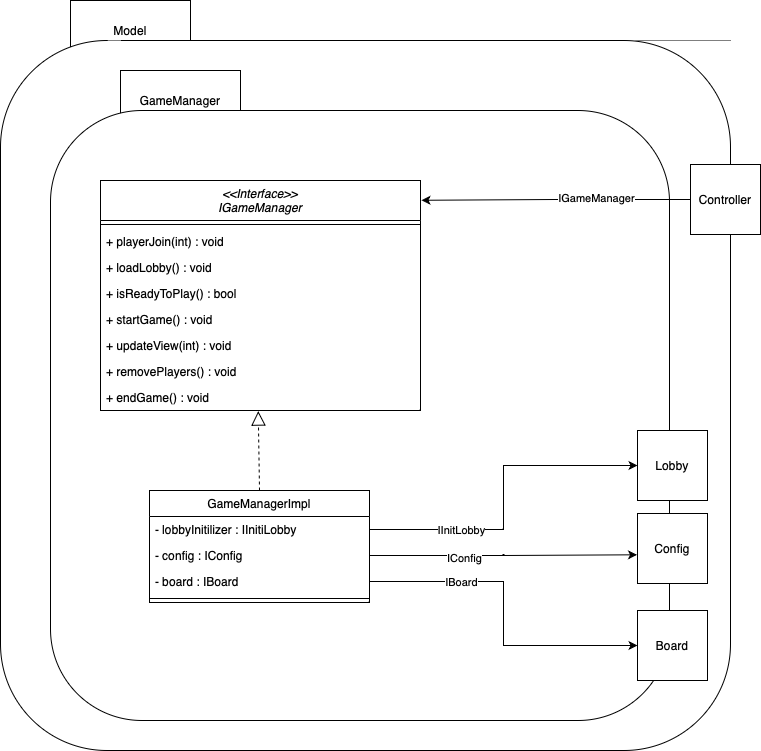
Above: doku-game/GameManager-ClassDiagramm.drawio.png in PrismFox/tron-game (draw.io), before the change. Source tidied: cells renumbered, new cells last; positions are measured from the earlier drawing's top-left corner, leaving out a move shared by most shapes. Source of this version:
```xml
<mxGraphModel>
  <root>
    <mxCell id="0" />
    <mxCell id="1" parent="0" />
    <mxCell id="2" value="Model" style="rounded=0;whiteSpace=wrap;html=1;" parent="1" vertex="1">
      <mxGeometry x="70" width="120" height="60" as="geometry" />
    </mxCell>
    <mxCell id="3" style="rounded=1;whiteSpace=wrap;html=1;" parent="1" vertex="1">
      <mxGeometry y="40" width="730" height="710" as="geometry" />
    </mxCell>
    <mxCell id="4" value="GameManager" style="rounded=0;whiteSpace=wrap;html=1;" parent="1" vertex="1">
      <mxGeometry x="120" y="70" width="120" height="60" as="geometry" />
    </mxCell>
    <mxCell id="5" style="rounded=1;whiteSpace=wrap;html=1;" parent="1" vertex="1">
      <mxGeometry x="50" y="110" width="619" height="610" as="geometry" />
    </mxCell>
    <mxCell id="6" value="&lt;&lt;Interface&gt;&gt;&#10;IGameManager" style="swimlane;fontStyle=2;align=center;verticalAlign=top;horizontal=1;startSize=40;rounded=0;shadow=0;strokeWidth=1;" parent="1" vertex="1">
      <mxGeometry x="100" y="180" width="320" height="230" as="geometry" />
    </mxCell>
    <mxCell id="7" style="line;html=1;strokeWidth=1;align=left;verticalAlign=middle;spacingTop=-1;spacingLeft=3;spacingRight=3;labelPosition=right;" parent="6" vertex="1">
      <mxGeometry y="40" width="320" height="8" as="geometry" />
    </mxCell>
    <mxCell id="8" value="+ playerJoin(int) : void" style="text;align=left;verticalAlign=top;spacingLeft=4;spacingRight=4;overflow=hidden;points=[[0,0.5],[1,0.5]];portConstraint=eastwest;" parent="6" vertex="1">
      <mxGeometry y="48" width="320" height="26" as="geometry" />
    </mxCell>
    <mxCell id="9" value="+ loadLobby() : void" style="text;align=left;verticalAlign=top;spacingLeft=4;spacingRight=4;overflow=hidden;" parent="6" vertex="1">
      <mxGeometry y="74" width="320" height="26" as="geometry" />
    </mxCell>
    <mxCell id="10" value="+ isReadyToPlay() : bool" style="text;align=left;verticalAlign=top;spacingLeft=4;spacingRight=4;overflow=hidden;points=[[0,0.5],[1,0.5]];portConstraint=eastwest;" parent="6" vertex="1">
      <mxGeometry y="100" width="320" height="26" as="geometry" />
    </mxCell>
    <mxCell id="11" value="+ startGame() : void" style="text;align=left;verticalAlign=top;spacingLeft=4;spacingRight=4;overflow=hidden;" parent="6" vertex="1">
      <mxGeometry y="126" width="320" height="26" as="geometry" />
    </mxCell>
    <mxCell id="12" value="+ updateView(int) : void" style="text;align=left;verticalAlign=top;spacingLeft=4;spacingRight=4;overflow=hidden;" parent="6" vertex="1">
      <mxGeometry y="152" width="320" height="26" as="geometry" />
    </mxCell>
    <mxCell id="13" value="+ removePlayers() : void" style="text;align=left;verticalAlign=top;spacingLeft=4;spacingRight=4;overflow=hidden;points=[[0,0.5],[1,0.5]];portConstraint=eastwest;" parent="6" vertex="1">
      <mxGeometry y="178" width="320" height="26" as="geometry" />
    </mxCell>
    <mxCell id="14" value="+ endGame() : void" style="text;align=left;verticalAlign=top;spacingLeft=4;spacingRight=4;overflow=hidden;points=[[0,0.5],[1,0.5]];portConstraint=eastwest;" parent="6" vertex="1">
      <mxGeometry y="204" width="320" height="26" as="geometry" />
    </mxCell>
    <mxCell id="15" value="GameManagerImpl" style="swimlane;fontStyle=0;align=center;verticalAlign=top;horizontal=1;startSize=26;rounded=0;shadow=0;strokeWidth=1;" parent="1" vertex="1">
      <mxGeometry x="149" y="490" width="220" height="112" as="geometry" />
    </mxCell>
    <mxCell id="16" value="- lobbyInitilizer : IInitiLobby" style="text;align=left;verticalAlign=top;spacingLeft=4;spacingRight=4;overflow=hidden;points=[[0,0.5],[1,0.5]];portConstraint=eastwest;" parent="15" vertex="1">
      <mxGeometry y="26" width="220" height="26" as="geometry" />
    </mxCell>
    <mxCell id="17" value="- config : IConfig" style="text;align=left;verticalAlign=top;spacingLeft=4;spacingRight=4;overflow=hidden;points=[[0,0.5],[1,0.5]];portConstraint=eastwest;rounded=0;shadow=0;html=0;" parent="15" vertex="1">
      <mxGeometry y="52" width="220" height="26" as="geometry" />
    </mxCell>
    <mxCell id="18" value="- board : IBoard" style="text;align=left;verticalAlign=top;spacingLeft=4;spacingRight=4;overflow=hidden;points=[[0,0.5],[1,0.5]];portConstraint=eastwest;rounded=0;shadow=0;html=0;" parent="15" vertex="1">
      <mxGeometry y="78" width="220" height="26" as="geometry" />
    </mxCell>
    <mxCell id="19" style="line;html=1;strokeWidth=1;align=left;verticalAlign=middle;spacingTop=-1;spacingLeft=3;spacingRight=3;labelPosition=right;" parent="15" vertex="1">
      <mxGeometry y="104" width="220" height="8" as="geometry" />
    </mxCell>
    <mxCell id="20" style="edgeStyle=orthogonalEdgeStyle;rounded=0;jettySize=auto;html=1;entryX=1.003;entryY=0.086;entryDx=0;entryDy=0;entryPerimeter=0;" parent="1" edge="1" source="22" target="6">
      <mxGeometry relative="1" as="geometry" />
    </mxCell>
    <mxCell id="21" value="IGameManager" style="edgeLabel;html=1;align=center;verticalAlign=middle;" parent="20" vertex="1">
      <mxGeometry x="-0.3" y="-2" relative="1" as="geometry" />
    </mxCell>
    <mxCell id="22" value="Controller" style="whiteSpace=wrap;html=1;" parent="1" vertex="1">
      <mxGeometry x="690" y="164" width="70" height="70" as="geometry" />
    </mxCell>
    <mxCell id="23" style="endArrow=block;dashed=1;endFill=0;endSize=12;html=1;rounded=0;exitX=0.5;exitY=0;exitDx=0;exitDy=0;entryX=0.493;entryY=1.023;entryDx=0;entryDy=0;entryPerimeter=0;" parent="1" edge="1" source="15" target="14">
      <mxGeometry relative="1" as="geometry" />
    </mxCell>
    <mxCell id="24" value="Lobby" style="whiteSpace=wrap;html=1;" parent="1" vertex="1">
      <mxGeometry x="637" y="430" width="70" height="70" as="geometry" />
    </mxCell>
    <mxCell id="25" value="Config" style="whiteSpace=wrap;html=1;" parent="1" vertex="1">
      <mxGeometry x="637" y="513" width="70" height="70" as="geometry" />
    </mxCell>
    <mxCell id="26" value="Board" style="whiteSpace=wrap;html=1;" parent="1" vertex="1">
      <mxGeometry x="637" y="610" width="70" height="70" as="geometry" />
    </mxCell>
    <mxCell id="27" style="edgeStyle=orthogonalEdgeStyle;rounded=0;jettySize=auto;html=1;entryX=0;entryY=0.5;entryDx=0;entryDy=0;exitX=1;exitY=0.5;exitDx=0;exitDy=0;" parent="1" edge="1" source="16" target="24">
      <mxGeometry relative="1" as="geometry" />
    </mxCell>
    <mxCell id="28" value="IInitLobby" style="edgeLabel;html=1;align=center;verticalAlign=middle;" parent="27" vertex="1">
      <mxGeometry x="-0.3" y="-2" relative="1" as="geometry">
        <mxPoint x="-26" y="-2" as="offset" />
      </mxGeometry>
    </mxCell>
    <mxCell id="29" style="edgeStyle=orthogonalEdgeStyle;rounded=0;jettySize=auto;html=1;entryX=-0.007;entryY=0.59;entryDx=0;entryDy=0;exitX=1;exitY=0.5;exitDx=0;exitDy=0;entryPerimeter=0;" parent="1" edge="1" source="17" target="25">
      <mxGeometry relative="1" as="geometry" />
    </mxCell>
    <mxCell id="30" value="IConfig" style="edgeLabel;html=1;align=center;verticalAlign=middle;" parent="29" vertex="1">
      <mxGeometry x="-0.3" y="-2" relative="1" as="geometry" />
    </mxCell>
    <mxCell id="31" style="edgeStyle=orthogonalEdgeStyle;rounded=0;jettySize=auto;html=1;entryX=0;entryY=0.5;entryDx=0;entryDy=0;exitX=1;exitY=0.5;exitDx=0;exitDy=0;" parent="1" edge="1" source="18" target="26">
      <mxGeometry relative="1" as="geometry" />
    </mxCell>
    <mxCell id="32" value="IBoard" style="edgeLabel;html=1;align=center;verticalAlign=middle;" parent="31" vertex="1">
      <mxGeometry x="-0.3" y="-2" relative="1" as="geometry">
        <mxPoint x="-26" y="-2" as="offset" />
      </mxGeometry>
    </mxCell>
  </root>
</mxGraphModel>
```
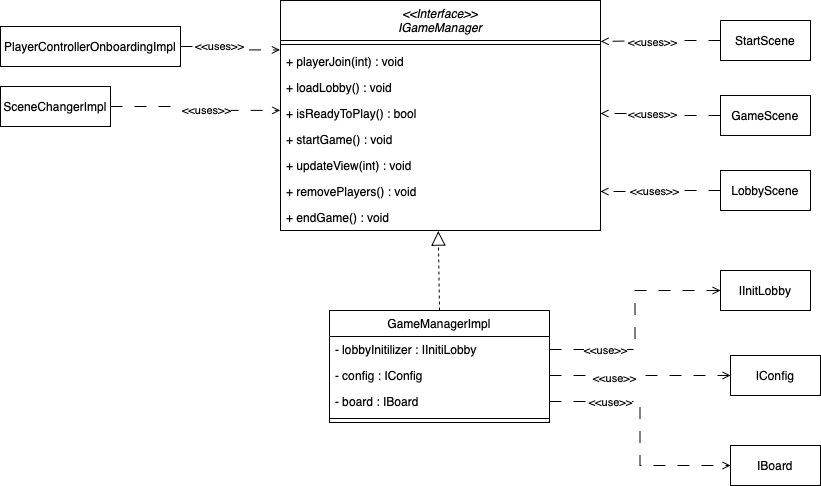
After the commit.

What changed in the source:
```diff
@@ -2,18 +2,6 @@
   <root>
     <mxCell id="0" />
     <mxCell id="1" parent="0" />
-    <mxCell id="2" value="Model" style="rounded=0;whiteSpace=wrap;html=1;" parent="1" vertex="1">
-      <mxGeometry x="70" width="120" height="60" as="geometry" />
-    </mxCell>
-    <mxCell id="3" style="rounded=1;whiteSpace=wrap;html=1;" parent="1" vertex="1">
-      <mxGeometry y="40" width="730" height="710" as="geometry" />
-    </mxCell>
-    <mxCell id="4" value="GameManager" style="rounded=0;whiteSpace=wrap;html=1;" parent="1" vertex="1">
-      <mxGeometry x="120" y="70" width="120" height="60" as="geometry" />
-    </mxCell>
-    <mxCell id="5" style="rounded=1;whiteSpace=wrap;html=1;" parent="1" vertex="1">
-      <mxGeometry x="50" y="110" width="619" height="610" as="geometry" />
-    </mxCell>
     <mxCell id="6" value="&lt;&lt;Interface&gt;&gt;&#10;IGameManager" style="swimlane;fontStyle=2;align=center;verticalAlign=top;horizontal=1;startSize=40;rounded=0;shadow=0;strokeWidth=1;" parent="1" vertex="1">
       <mxGeometry x="100" y="180" width="320" height="230" as="geometry" />
     </mxCell>
@@ -56,48 +44,84 @@
     <mxCell id="19" style="line;html=1;strokeWidth=1;align=left;verticalAlign=middle;spacingTop=-1;spacingLeft=3;spacingRight=3;labelPosition=right;" parent="15" vertex="1">
       <mxGeometry y="104" width="220" height="8" as="geometry" />
     </mxCell>
-    <mxCell id="20" style="edgeStyle=orthogonalEdgeStyle;rounded=0;jettySize=auto;html=1;entryX=1.003;entryY=0.086;entryDx=0;entryDy=0;entryPerimeter=0;" parent="1" edge="1" source="22" target="6">
-      <mxGeometry relative="1" as="geometry" />
-    </mxCell>
-    <mxCell id="21" value="IGameManager" style="edgeLabel;html=1;align=center;verticalAlign=middle;" parent="20" vertex="1">
-      <mxGeometry x="-0.3" y="-2" relative="1" as="geometry" />
-    </mxCell>
-    <mxCell id="22" value="Controller" style="whiteSpace=wrap;html=1;" parent="1" vertex="1">
-      <mxGeometry x="690" y="164" width="70" height="70" as="geometry" />
-    </mxCell>
     <mxCell id="23" style="endArrow=block;dashed=1;endFill=0;endSize=12;html=1;rounded=0;exitX=0.5;exitY=0;exitDx=0;exitDy=0;entryX=0.493;entryY=1.023;entryDx=0;entryDy=0;entryPerimeter=0;" parent="1" edge="1" source="15" target="14">
       <mxGeometry relative="1" as="geometry" />
     </mxCell>
-    <mxCell id="24" value="Lobby" style="whiteSpace=wrap;html=1;" parent="1" vertex="1">
-      <mxGeometry x="637" y="430" width="70" height="70" as="geometry" />
-    </mxCell>
-    <mxCell id="25" value="Config" style="whiteSpace=wrap;html=1;" parent="1" vertex="1">
-      <mxGeometry x="637" y="513" width="70" height="70" as="geometry" />
-    </mxCell>
-    <mxCell id="26" value="Board" style="whiteSpace=wrap;html=1;" parent="1" vertex="1">
-      <mxGeometry x="637" y="610" width="70" height="70" as="geometry" />
-    </mxCell>
-    <mxCell id="27" style="edgeStyle=orthogonalEdgeStyle;rounded=0;jettySize=auto;html=1;entryX=0;entryY=0.5;entryDx=0;entryDy=0;exitX=1;exitY=0.5;exitDx=0;exitDy=0;" parent="1" edge="1" source="16" target="24">
+    <mxCell id="27" style="edgeStyle=orthogonalEdgeStyle;rounded=0;jettySize=auto;html=1;entryX=0;entryY=0.5;entryDx=0;entryDy=0;exitX=1;exitY=0.5;exitDx=0;exitDy=0;dashed=1;dashPattern=12 12;endArrow=open;endFill=0;" parent="1" edge="1" source="16" target="33">
       <mxGeometry relative="1" as="geometry" />
     </mxCell>
-    <mxCell id="28" value="IInitLobby" style="edgeLabel;html=1;align=center;verticalAlign=middle;" parent="27" vertex="1">
+    <mxCell id="28" value="&amp;lt;&amp;lt;use&amp;gt;&amp;gt;" style="edgeLabel;html=1;align=center;verticalAlign=middle;" parent="27" vertex="1">
       <mxGeometry x="-0.3" y="-2" relative="1" as="geometry">
         <mxPoint x="-26" y="-2" as="offset" />
       </mxGeometry>
     </mxCell>
-    <mxCell id="29" style="edgeStyle=orthogonalEdgeStyle;rounded=0;jettySize=auto;html=1;entryX=-0.007;entryY=0.59;entryDx=0;entryDy=0;exitX=1;exitY=0.5;exitDx=0;exitDy=0;entryPerimeter=0;" parent="1" edge="1" source="17" target="25">
+    <mxCell id="29" style="edgeStyle=orthogonalEdgeStyle;rounded=0;jettySize=auto;html=1;entryX=0;entryY=0.5;entryDx=0;entryDy=0;exitX=1;exitY=0.5;exitDx=0;exitDy=0;dashed=1;dashPattern=12 12;endArrow=open;endFill=0;" parent="1" edge="1" source="17" target="34">
       <mxGeometry relative="1" as="geometry" />
     </mxCell>
-    <mxCell id="30" value="IConfig" style="edgeLabel;html=1;align=center;verticalAlign=middle;" parent="29" vertex="1">
+    <mxCell id="30" value="&amp;lt;&amp;lt;use&amp;gt;&amp;gt;" style="edgeLabel;html=1;align=center;verticalAlign=middle;" parent="29" vertex="1">
       <mxGeometry x="-0.3" y="-2" relative="1" as="geometry" />
     </mxCell>
-    <mxCell id="31" style="edgeStyle=orthogonalEdgeStyle;rounded=0;jettySize=auto;html=1;entryX=0;entryY=0.5;entryDx=0;entryDy=0;exitX=1;exitY=0.5;exitDx=0;exitDy=0;" parent="1" edge="1" source="18" target="26">
+    <mxCell id="31" style="edgeStyle=orthogonalEdgeStyle;rounded=0;jettySize=auto;html=1;entryX=0;entryY=0.5;entryDx=0;entryDy=0;exitX=1;exitY=0.5;exitDx=0;exitDy=0;dashed=1;dashPattern=12 12;endArrow=open;endFill=0;" parent="1" edge="1" source="18" target="35">
       <mxGeometry relative="1" as="geometry" />
     </mxCell>
-    <mxCell id="32" value="IBoard" style="edgeLabel;html=1;align=center;verticalAlign=middle;" parent="31" vertex="1">
+    <mxCell id="32" value="&amp;lt;&amp;lt;use&amp;gt;&amp;gt;" style="edgeLabel;html=1;align=center;verticalAlign=middle;" parent="31" vertex="1">
       <mxGeometry x="-0.3" y="-2" relative="1" as="geometry">
         <mxPoint x="-26" y="-2" as="offset" />
       </mxGeometry>
     </mxCell>
+    <mxCell id="33" value="IInitLobby" style="rounded=0;whiteSpace=wrap;html=1;" parent="1" vertex="1">
+      <mxGeometry x="540" y="450" width="90" height="40" as="geometry" />
+    </mxCell>
+    <mxCell id="34" value="IConfig" style="rounded=0;whiteSpace=wrap;html=1;" parent="1" vertex="1">
+      <mxGeometry x="550" y="535" width="90" height="40" as="geometry" />
+    </mxCell>
+    <mxCell id="35" value="IBoard" style="rounded=0;whiteSpace=wrap;html=1;" parent="1" vertex="1">
+      <mxGeometry x="550" y="625" width="90" height="40" as="geometry" />
+    </mxCell>
+    <mxCell id="36" style="edgeStyle=orthogonalEdgeStyle;rounded=0;jettySize=auto;html=1;entryX=-0.002;entryY=0.055;entryDx=0;entryDy=0;entryPerimeter=0;dashed=1;dashPattern=12 12;endArrow=open;endFill=0;" parent="1" edge="1" source="38" target="8">
+      <mxGeometry relative="1" as="geometry" />
+    </mxCell>
+    <mxCell id="37" value="&amp;lt;&amp;lt;uses&amp;gt;&amp;gt;" style="edgeLabel;html=1;align=center;verticalAlign=middle;" parent="36" vertex="1">
+      <mxGeometry x="-0.26" y="1" relative="1" as="geometry" />
+    </mxCell>
+    <mxCell id="38" value="PlayerControllerOnboardingImpl" style="rounded=0;whiteSpace=wrap;html=1;" parent="1" vertex="1">
+      <mxGeometry x="-180" y="206" width="180" height="40" as="geometry" />
+    </mxCell>
+    <mxCell id="39" style="edgeStyle=orthogonalEdgeStyle;rounded=0;jettySize=auto;html=1;entryX=1;entryY=0.5;entryDx=0;entryDy=0;dashed=1;dashPattern=12 12;endArrow=open;endFill=0;" parent="1" edge="1" source="41" target="10">
+      <mxGeometry relative="1" as="geometry" />
+    </mxCell>
+    <mxCell id="40" value="&amp;lt;&amp;lt;uses&amp;gt;&amp;gt;" style="edgeLabel;html=1;align=center;verticalAlign=middle;" parent="39" vertex="1">
+      <mxGeometry x="0.17" relative="1" as="geometry" />
+    </mxCell>
+    <mxCell id="41" value="GameScene" style="rounded=0;whiteSpace=wrap;html=1;" parent="1" vertex="1">
+      <mxGeometry x="540" y="275" width="90" height="40" as="geometry" />
+    </mxCell>
+    <mxCell id="42" style="edgeStyle=orthogonalEdgeStyle;rounded=0;jettySize=auto;html=1;dashed=1;dashPattern=12 12;endArrow=open;endFill=0;" parent="1" edge="1" source="44" target="13">
+      <mxGeometry relative="1" as="geometry" />
+    </mxCell>
+    <mxCell id="43" value="&amp;lt;&amp;lt;uses&amp;gt;&amp;gt;" style="edgeLabel;html=1;align=center;verticalAlign=middle;" parent="42" vertex="1">
+      <mxGeometry x="0.12" y="-1" relative="1" as="geometry" />
+    </mxCell>
+    <mxCell id="44" value="LobbyScene" style="rounded=0;whiteSpace=wrap;html=1;" parent="1" vertex="1">
+      <mxGeometry x="540" y="350" width="90" height="40" as="geometry" />
+    </mxCell>
+    <mxCell id="45" style="edgeStyle=orthogonalEdgeStyle;rounded=0;jettySize=auto;html=1;entryX=1.001;entryY=0.178;entryDx=0;entryDy=0;entryPerimeter=0;dashed=1;dashPattern=12 12;endArrow=open;endFill=0;" parent="1" edge="1" source="47" target="6">
+      <mxGeometry relative="1" as="geometry" />
+    </mxCell>
+    <mxCell id="46" value="&amp;lt;&amp;lt;uses&amp;gt;&amp;gt;" style="edgeLabel;html=1;align=center;verticalAlign=middle;" parent="45" vertex="1">
+      <mxGeometry x="0.15" y="1" relative="1" as="geometry" />
+    </mxCell>
+    <mxCell id="47" value="StartScene" style="rounded=0;whiteSpace=wrap;html=1;" parent="1" vertex="1">
+      <mxGeometry x="540" y="200" width="90" height="40" as="geometry" />
+    </mxCell>
+    <mxCell id="48" style="edgeStyle=orthogonalEdgeStyle;rounded=0;jettySize=auto;html=1;entryX=-0.001;entryY=0.381;entryDx=0;entryDy=0;entryPerimeter=0;dashed=1;dashPattern=12 12;endArrow=open;endFill=0;" parent="1" edge="1" source="50" target="10">
+      <mxGeometry relative="1" as="geometry" />
+    </mxCell>
+    <mxCell id="49" value="&amp;lt;&amp;lt;uses&amp;gt;&amp;gt;" style="edgeLabel;html=1;align=center;verticalAlign=middle;" parent="48" vertex="1">
+      <mxGeometry x="0.14" relative="1" as="geometry" />
+    </mxCell>
+    <mxCell id="50" value="SceneChangerImpl" style="rounded=0;whiteSpace=wrap;html=1;" parent="1" vertex="1">
+      <mxGeometry x="-180" y="266" width="110" height="40" as="geometry" />
+    </mxCell>
   </root>
 </mxGraphModel>
```
